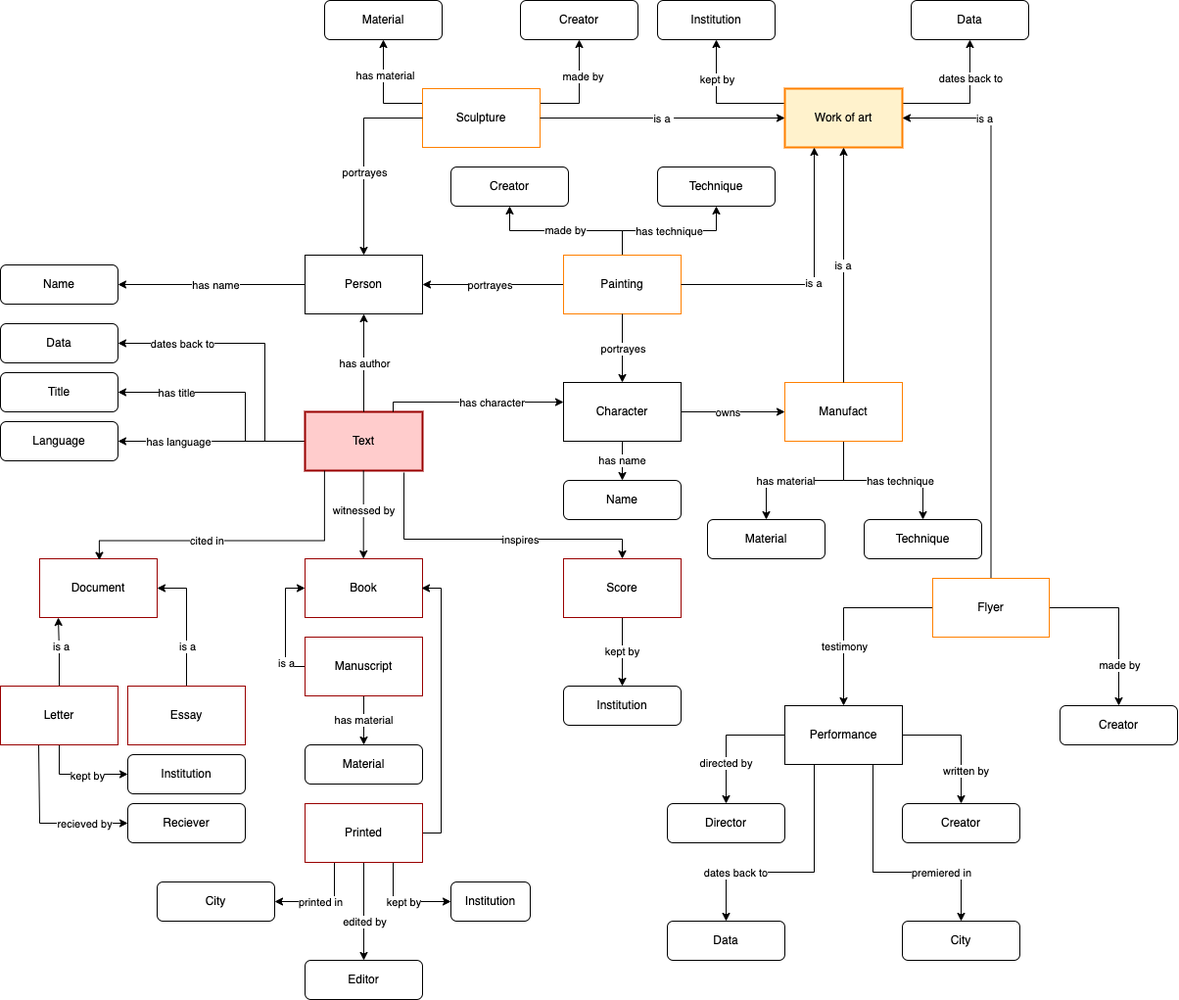
The draw.io diagram Entity_relationship.drawio.png in Bianca-LM/off-lod, before a commit. Source tidied: cells renumbered, new cells last; positions are measured from the earlier drawing's top-left corner, leaving out a move shared by most shapes.
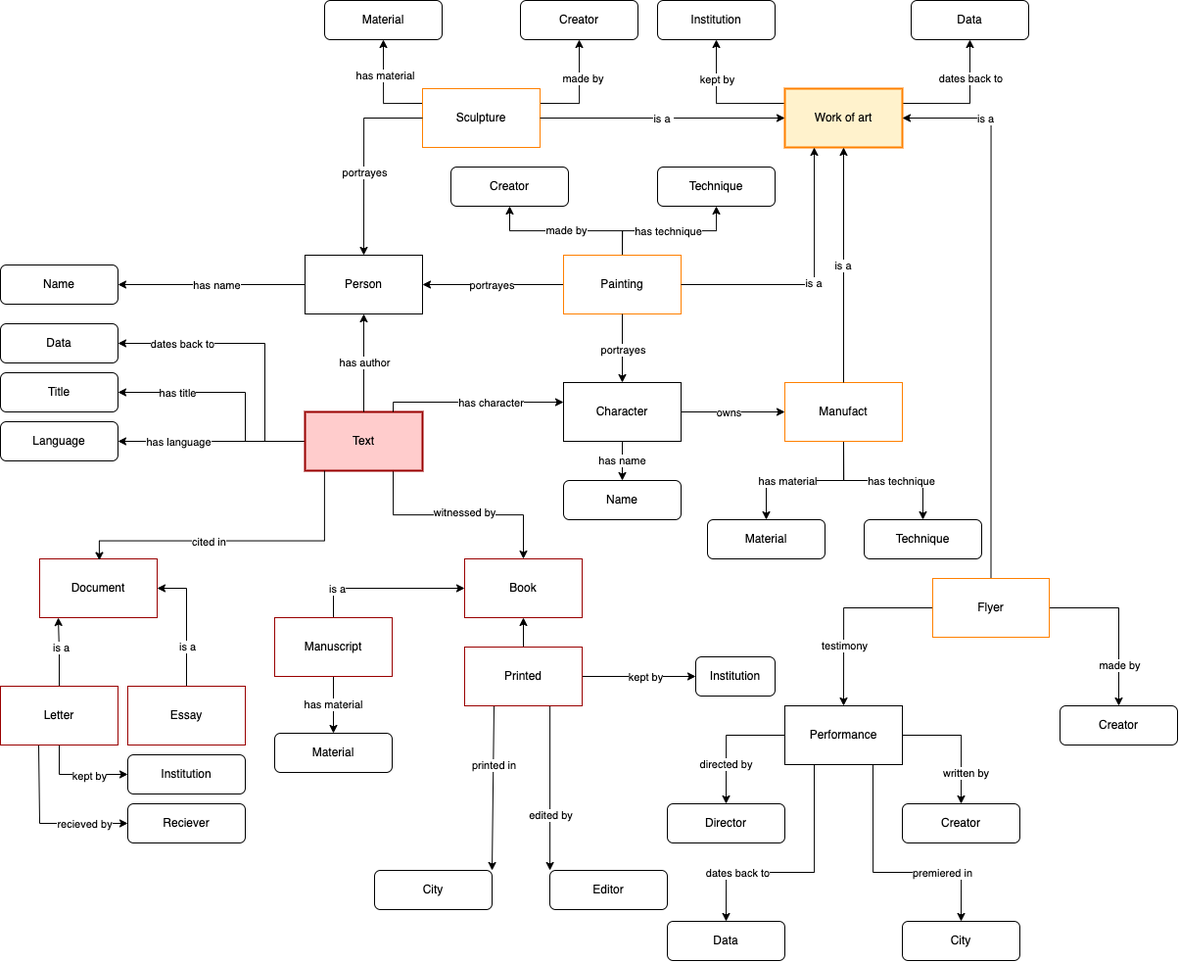
Later version of the same file.

Change to the diagram source:
```diff
@@ -37,6 +37,14 @@
         <mxPoint x="-12" as="offset" />
       </mxGeometry>
     </mxCell>
+    <mxCell id="125" style="edgeStyle=orthogonalEdgeStyle;rounded=0;jettySize=auto;html=1;exitX=0.75;exitY=1;exitDx=0;exitDy=0;entryX=0.5;entryY=0;entryDx=0;entryDy=0;" parent="1" edge="1" source="8" target="10">
+      <mxGeometry relative="1" as="geometry" />
+    </mxCell>
+    <mxCell id="16" value="witnessed by" style="edgeLabel;html=1;align=center;verticalAlign=middle;" parent="125" vertex="1">
+      <mxGeometry x="0.06" y="3" relative="1" as="geometry">
+        <mxPoint x="-1" as="offset" />
+      </mxGeometry>
+    </mxCell>
     <mxCell id="8" value="Text" style="rounded=0;whiteSpace=wrap;html=1;fillColor=#FFCCCC;strokeColor=#990000;strokeWidth=2;" parent="1" vertex="1">
       <mxGeometry x="311" y="420" width="120" height="60" as="geometry" />
     </mxCell>
@@ -44,14 +52,8 @@
       <mxGeometry x="40" y="570" width="120" height="60" as="geometry" />
     </mxCell>
     <mxCell id="10" value="Book" style="rounded=0;whiteSpace=wrap;html=1;strokeColor=#990000;" parent="1" vertex="1">
-      <mxGeometry x="311" y="570" width="120" height="60" as="geometry" />
+      <mxGeometry x="474" y="570" width="120" height="60" as="geometry" />
     </mxCell>
-    <mxCell id="11" value="kept by" style="edgeStyle=orthogonalEdgeStyle;rounded=0;jettySize=auto;html=1;exitX=0.5;exitY=1;exitDx=0;exitDy=0;entryX=0.5;entryY=0;entryDx=0;entryDy=0;" parent="1" edge="1" source="12" target="107">
-      <mxGeometry relative="1" as="geometry" />
-    </mxCell>
-    <mxCell id="12" value="Score" style="rounded=0;whiteSpace=wrap;html=1;strokeColor=#990000;" parent="1" vertex="1">
-      <mxGeometry x="575" y="570" width="120" height="60" as="geometry" />
-    </mxCell>
     <mxCell id="13" style="endArrow=classic;html=1;rounded=0;edgeStyle=orthogonalEdgeStyle;entryX=0.5;entryY=0;entryDx=0;entryDy=0;exitX=0.158;exitY=0.974;exitDx=0;exitDy=0;exitPerimeter=0;" parent="1" edge="1">
       <mxGeometry relative="1" as="geometry">
         <mxPoint x="330.9" y="480" as="sourcePoint" />
@@ -67,30 +69,6 @@
         <mxPoint x="-31" as="offset" />
       </mxGeometry>
     </mxCell>
-    <mxCell id="15" style="endArrow=classic;html=1;rounded=0;edgeStyle=orthogonalEdgeStyle;exitX=0.5;exitY=1;exitDx=0;exitDy=0;entryX=0.5;entryY=0;entryDx=0;entryDy=0;" parent="1" edge="1">
-      <mxGeometry relative="1" as="geometry">
-        <mxPoint x="370.7" y="480" as="sourcePoint" />
-        <mxPoint x="370.7" y="570" as="targetPoint" />
-      </mxGeometry>
-    </mxCell>
-    <mxCell id="16" value="witnessed by" style="edgeLabel;html=1;align=center;verticalAlign=middle;" parent="15" vertex="1">
-      <mxGeometry relative="1" as="geometry">
-        <mxPoint y="-5" as="offset" />
-      </mxGeometry>
-    </mxCell>
-    <mxCell id="17" style="endArrow=classic;html=1;rounded=0;edgeStyle=orthogonalEdgeStyle;entryX=0.5;entryY=0;entryDx=0;entryDy=0;exitX=0.842;exitY=1.033;exitDx=0;exitDy=0;exitPerimeter=0;" parent="1" edge="1" source="8" target="12">
-      <mxGeometry relative="1" as="geometry">
-        <Array as="points">
-          <mxPoint x="412" y="550" />
-          <mxPoint x="635" y="550" />
-        </Array>
-      </mxGeometry>
-    </mxCell>
-    <mxCell id="18" value="inspires" style="edgeLabel;html=1;align=center;verticalAlign=middle;" parent="17" vertex="1">
-      <mxGeometry relative="1" as="geometry">
-        <mxPoint x="31" as="offset" />
-      </mxGeometry>
-    </mxCell>
     <mxCell id="19" style="edgeStyle=orthogonalEdgeStyle;rounded=0;jettySize=auto;html=1;exitX=0;exitY=0.5;exitDx=0;exitDy=0;entryX=1;entryY=0.5;entryDx=0;entryDy=0;" parent="1" edge="1" source="21" target="106">
       <mxGeometry relative="1" as="geometry" />
     </mxCell>
@@ -353,7 +331,7 @@
     <mxCell id="88" value="Reciever" style="rounded=1;whiteSpace=wrap;html=1;" parent="1" vertex="1">
       <mxGeometry x="130" y="820" width="120" height="40" as="geometry" />
     </mxCell>
-    <mxCell id="89" style="edgeStyle=orthogonalEdgeStyle;rounded=0;jettySize=auto;html=1;exitX=0;exitY=0.5;exitDx=0;exitDy=0;entryX=0;entryY=0.5;entryDx=0;entryDy=0;" parent="1" edge="1" source="92" target="10">
+    <mxCell id="89" style="edgeStyle=orthogonalEdgeStyle;rounded=0;jettySize=auto;html=1;exitX=0.5;exitY=0;exitDx=0;exitDy=0;entryX=0;entryY=0.5;entryDx=0;entryDy=0;" parent="1" edge="1" source="92" target="10">
       <mxGeometry relative="1" as="geometry" />
     </mxCell>
     <mxCell id="90" value="is a" style="edgeLabel;html=1;align=center;verticalAlign=middle;" parent="89" vertex="1">
@@ -363,37 +341,34 @@
       <mxGeometry relative="1" as="geometry" />
     </mxCell>
     <mxCell id="92" value="Manuscript" style="rounded=0;whiteSpace=wrap;html=1;strokeColor=#990000;" parent="1" vertex="1">
-      <mxGeometry x="311" y="650" width="120" height="60" as="geometry" />
+      <mxGeometry x="280" y="630" width="120" height="60" as="geometry" />
     </mxCell>
-    <mxCell id="93" style="edgeStyle=orthogonalEdgeStyle;rounded=0;jettySize=auto;html=1;exitX=0;exitY=0.5;exitDx=0;exitDy=0;" parent="1" edge="1" source="101">
-      <mxGeometry relative="1" as="geometry">
-        <mxPoint x="430" y="600" as="targetPoint" />
-        <Array as="points">
-          <mxPoint x="450" y="850" />
-          <mxPoint x="450" y="600" />
-        </Array>
-      </mxGeometry>
-    </mxCell>
-    <mxCell id="94" value="is a" style="edgeLabel;html=1;align=center;verticalAlign=middle;" parent="93" vertex="1">
-      <mxGeometry x="-0.83" y="-1" relative="1" as="geometry" />
-    </mxCell>
-    <mxCell id="95" style="edgeStyle=orthogonalEdgeStyle;rounded=0;jettySize=auto;html=1;exitX=0.25;exitY=1;exitDx=0;exitDy=0;entryX=1;entryY=0.5;entryDx=0;entryDy=0;" parent="1" edge="1" source="101" target="103">
-      <mxGeometry relative="1" as="geometry" />
+    <mxCell id="95" style="edgeStyle=orthogonalEdgeStyle;rounded=0;jettySize=auto;html=1;exitX=0.25;exitY=1;exitDx=0;exitDy=0;entryX=1;entryY=0;entryDx=0;entryDy=0;" parent="1" edge="1" source="101" target="103">
+      <mxGeometry relative="1" as="geometry">
+        <Array as="points">
+          <mxPoint x="502" y="720" />
+        </Array>
+      </mxGeometry>
     </mxCell>
     <mxCell id="96" value="printed in" style="edgeLabel;html=1;align=center;verticalAlign=middle;" parent="95" vertex="1">
       <mxGeometry x="0.25" y="4" relative="1" as="geometry">
-        <mxPoint x="9" y="-4" as="offset" />
+        <mxPoint x="-4" y="-45" as="offset" />
       </mxGeometry>
     </mxCell>
-    <mxCell id="97" style="edgeStyle=orthogonalEdgeStyle;rounded=0;jettySize=auto;html=1;exitX=0.5;exitY=1;exitDx=0;exitDy=0;entryX=0.5;entryY=0;entryDx=0;entryDy=0;" parent="1" edge="1" source="101" target="104">
-      <mxGeometry relative="1" as="geometry" />
+    <mxCell id="97" style="edgeStyle=orthogonalEdgeStyle;rounded=0;jettySize=auto;html=1;exitX=0.75;exitY=1;exitDx=0;exitDy=0;entryX=0;entryY=0;entryDx=0;entryDy=0;" parent="1" edge="1" source="101" target="104">
+      <mxGeometry relative="1" as="geometry">
+        <Array as="points">
+          <mxPoint x="561" y="720" />
+          <mxPoint x="561" y="888" />
+        </Array>
+      </mxGeometry>
     </mxCell>
     <mxCell id="98" value="edited by" style="edgeLabel;html=1;align=center;verticalAlign=middle;" parent="97" vertex="1">
       <mxGeometry x="0.5" y="-1" relative="1" as="geometry">
         <mxPoint x="1" y="-15" as="offset" />
       </mxGeometry>
     </mxCell>
-    <mxCell id="99" style="edgeStyle=orthogonalEdgeStyle;rounded=0;jettySize=auto;html=1;exitX=0.75;exitY=1;exitDx=0;exitDy=0;entryX=0;entryY=0.5;entryDx=0;entryDy=0;" parent="1" edge="1" source="101" target="105">
+    <mxCell id="99" style="edgeStyle=orthogonalEdgeStyle;rounded=0;jettySize=auto;html=1;exitX=1;exitY=0.5;exitDx=0;exitDy=0;entryX=0;entryY=0.5;entryDx=0;entryDy=0;" parent="1" edge="1" source="101" target="105">
       <mxGeometry relative="1" as="geometry" />
     </mxCell>
     <mxCell id="100" value="kept by" style="edgeLabel;html=1;align=center;verticalAlign=middle;" parent="99" vertex="1">
@@ -401,27 +376,27 @@
         <mxPoint x="-36" y="-2" as="offset" />
       </mxGeometry>
     </mxCell>
+    <mxCell id="126" style="edgeStyle=orthogonalEdgeStyle;rounded=0;jettySize=auto;html=1;exitX=0.5;exitY=0;exitDx=0;exitDy=0;entryX=0.5;entryY=1;entryDx=0;entryDy=0;" parent="1" edge="1" source="101" target="10">
+      <mxGeometry relative="1" as="geometry" />
+    </mxCell>
     <mxCell id="101" value="Printed" style="rounded=0;whiteSpace=wrap;html=1;strokeColor=#990000;" parent="1" vertex="1">
-      <mxGeometry x="311" y="820" width="120" height="60" as="geometry" />
+      <mxGeometry x="474" y="660" width="120" height="60" as="geometry" />
     </mxCell>
     <mxCell id="102" value="Material" style="rounded=1;whiteSpace=wrap;html=1;" parent="1" vertex="1">
-      <mxGeometry x="311" y="760" width="120" height="40" as="geometry" />
+      <mxGeometry x="280" y="748" width="120" height="40" as="geometry" />
     </mxCell>
     <mxCell id="103" value="City" style="rounded=1;whiteSpace=wrap;html=1;" parent="1" vertex="1">
-      <mxGeometry x="160" y="900" width="120" height="40" as="geometry" />
+      <mxGeometry x="382" y="888" width="120" height="40" as="geometry" />
     </mxCell>
     <mxCell id="104" value="Editor" style="rounded=1;whiteSpace=wrap;html=1;" parent="1" vertex="1">
-      <mxGeometry x="311" y="980" width="120" height="40" as="geometry" />
+      <mxGeometry x="561" y="888" width="120" height="40" as="geometry" />
     </mxCell>
     <mxCell id="105" value="Institution" style="rounded=1;whiteSpace=wrap;html=1;" parent="1" vertex="1">
-      <mxGeometry x="460" y="900" width="81" height="40" as="geometry" />
+      <mxGeometry x="710" y="670" width="81" height="40" as="geometry" />
     </mxCell>
     <mxCell id="106" value="Name" style="rounded=1;whiteSpace=wrap;html=1;" parent="1" vertex="1">
       <mxGeometry y="270" width="120" height="40" as="geometry" />
     </mxCell>
-    <mxCell id="107" value="Institution" style="rounded=1;whiteSpace=wrap;html=1;" parent="1" vertex="1">
-      <mxGeometry x="575" y="700" width="120" height="40" as="geometry" />
-    </mxCell>
     <mxCell id="108" value="Name" style="rounded=1;whiteSpace=wrap;html=1;" parent="1" vertex="1">
       <mxGeometry x="575" y="490" width="120" height="40" as="geometry" />
     </mxCell>
```
